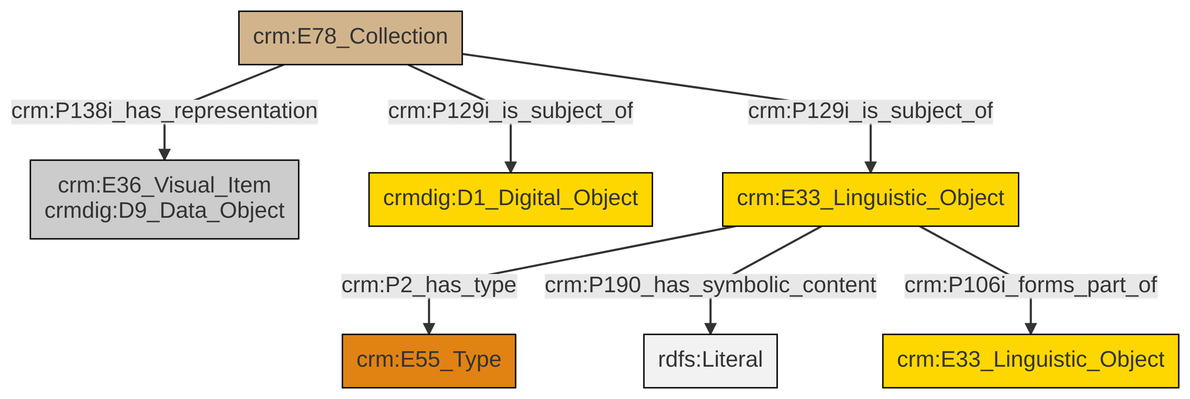
This is et/archivalCSV/ttl/mmd/png/archival_docs.png from swiss-art-research-net/docs.swissartresearch, a Mermaid export, as it was before one commit. Its source is kept beside it as et/archivalCSV/ttl/mmd/archival_docs.ttl.mmd.
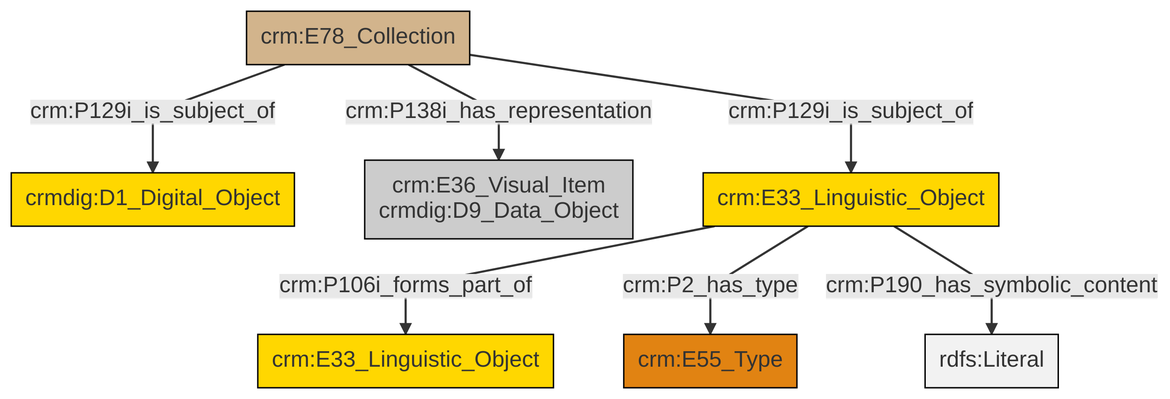
Later version of the same file.

The edit, as a diff of the source:
```diff
@@ -13,9 +13,9 @@
 classDef PC_Classes fill:#4ce600, stroke:#000000;
 classDef Multi fill:#cccccc,stroke:#000000;
 
-0["crm:E78_Collection"]:::Physical_Thing -->|crm:P129i_is_subject_of| 4["crmdig:D1_Digital_Object"]:::Conceptual_Object
-0["crm:E78_Collection"]:::Physical_Thing -->|crm:P129i_is_subject_of| 7["crm:E33_Linguistic_Object"]:::Conceptual_Object
-7["crm:E33_Linguistic_Object"]:::Conceptual_Object -->|crm:P2_has_type| 8["crm:E55_Type"]:::Type
-7["crm:E33_Linguistic_Object"]:::Conceptual_Object -->|crm:P190_has_symbolic_content| 14[rdfs:Literal]:::Literal
-7["crm:E33_Linguistic_Object"]:::Conceptual_Object -->|crm:P106i_forms_part_of| 5["crm:E33_Linguistic_Object"]:::Conceptual_Object
+0["crm:E78_Collection"]:::Physical_Thing -->|crm:P129i_is_subject_of| 1["crmdig:D1_Digital_Object"]:::Conceptual_Object
+4["crm:E33_Linguistic_Object"]:::Conceptual_Object -->|crm:P106i_forms_part_of| 5["crm:E33_Linguistic_Object"]:::Conceptual_Object
 0["crm:E78_Collection"]:::Physical_Thing -->|crm:P138i_has_representation| 2["crm:E36_Visual_Item<br>crmdig:D9_Data_Object"]:::Multi
+4["crm:E33_Linguistic_Object"]:::Conceptual_Object -->|crm:P2_has_type| 6["crm:E55_Type"]:::Type
+4["crm:E33_Linguistic_Object"]:::Conceptual_Object -->|crm:P190_has_symbolic_content| 10[rdfs:Literal]:::Literal
+0["crm:E78_Collection"]:::Physical_Thing -->|crm:P129i_is_subject_of| 4["crm:E33_Linguistic_Object"]:::Conceptual_Object
```
